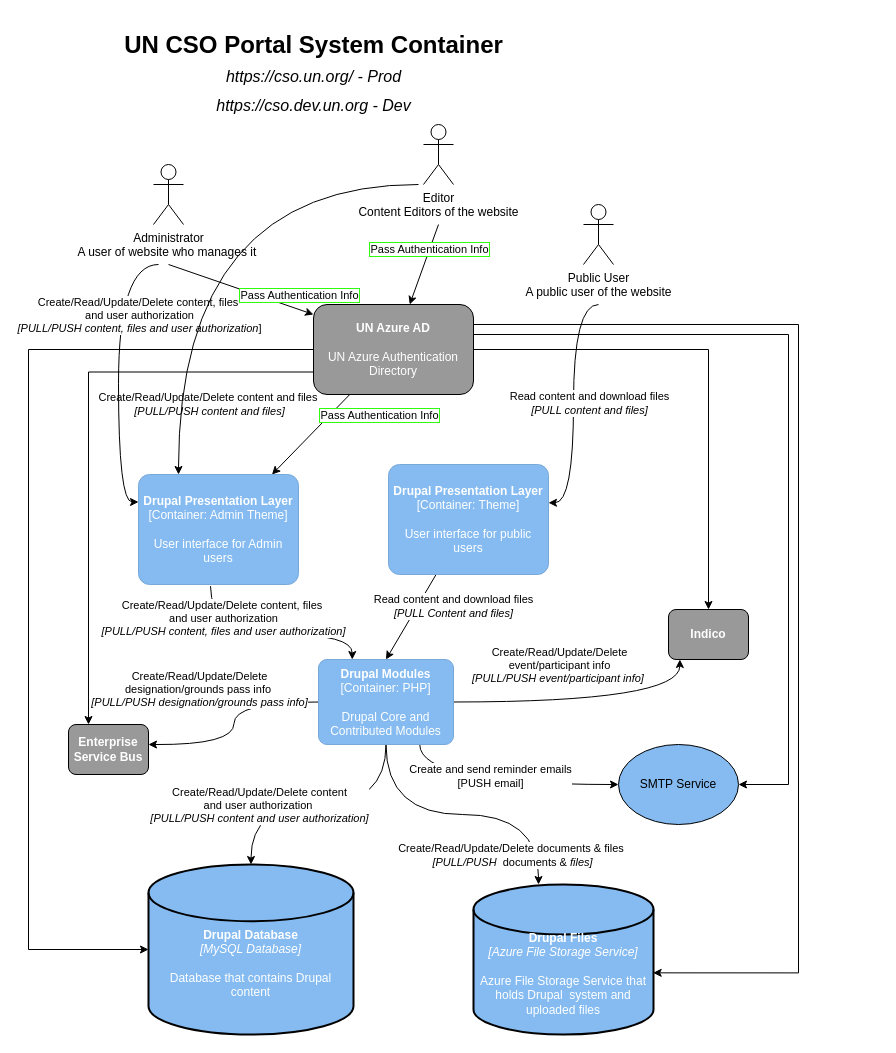
Earlier version of the draw.io diagram sdgs_container.drawio (elneto/diagramsnet). Source tidied: cells renumbered, new cells numbered last; positions are measured from the earlier drawing's top-left corner, leaving out a move shared by most shapes. Both pictures are drawn from the tidied source at 100%, with x=0, y=0 at pixel (28, 54).
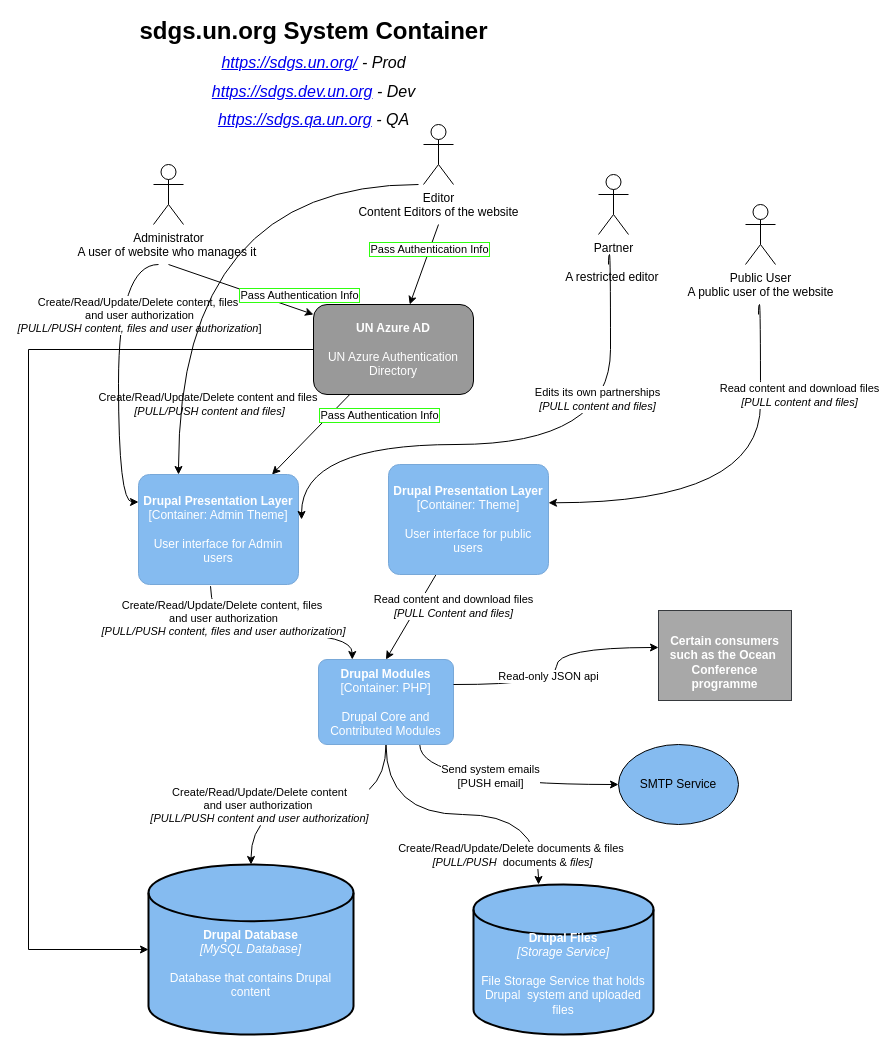
The same diagram, later.

Unchanged cells that the change refers to:
```xml
<mxCell id="10" style="edgeStyle=orthogonalEdgeStyle;curved=1;rounded=0;jettySize=auto;html=1;exitX=0.75;exitY=1;exitDx=0;exitDy=0;exitPerimeter=0;" parent="1" edge="1" source="12" target="41">
  <mxGeometry relative="1" as="geometry" />
</mxCell>
<object id="12" label="&lt;b&gt;%c4Name%&lt;/b&gt;&lt;div&gt;[%c4Type%: %c4Technology%]&lt;/div&gt;&lt;br&gt;&lt;div&gt;%c4Description%&lt;/div&gt;" c4Description="Drupal Core and Contributed Modules" c4Name="Drupal  Modules" c4Technology="PHP" c4Type="Container" placeholders="1">
  <mxCell style="rounded=1;whiteSpace=wrap;html=1;labelBackgroundColor=none;fillColor=#85BBF0;fontColor=#ffffff;align=center;arcSize=10;strokeColor=#78A8D8;metaData={&quot;c4Type&quot;:{&quot;editable&quot;:false}};points=[[0.25,0,0],[0.5,0,0],[0.75,0,0],[1,0.25,0],[1,0.5,0],[1,0.75,0],[0.75,1,0],[0.5,1,0],[0.25,1,0],[0,0.75,0],[0,0.5,0],[0,0.25,0]];" parent="1" vertex="1">
    <mxGeometry x="290" y="605" width="135" height="85" as="geometry" />
  </mxCell>
</object>
<object id="17" label="&lt;b&gt;%c4Name%&lt;/b&gt;&lt;div&gt;[%c4Type%: %c4Technology%]&lt;/div&gt;&lt;br&gt;&lt;div&gt;%c4Description%&lt;/div&gt;" c4Description="User interface for public users" c4Name="Drupal Presentation Layer" c4Technology="Theme" c4Type="Container" placeholders="1">
  <mxCell style="rounded=1;whiteSpace=wrap;html=1;labelBackgroundColor=none;fillColor=#85BBF0;fontColor=#ffffff;align=center;arcSize=10;strokeColor=#78A8D8;metaData={&quot;c4Type&quot;:{&quot;editable&quot;:false}};points=[[0.25,0,0],[0.5,0,0],[0.75,0,0],[1,0.25,0],[1,0.5,0],[1,0.75,0],[0.75,1,0],[0.5,1,0],[0.25,1,0],[0,0.75,0],[0,0.5,0],[0,0.25,0]];" parent="1" vertex="1">
    <mxGeometry x="360" y="410" width="160" height="110" as="geometry" />
  </mxCell>
</object>
<mxCell id="25" value="&lt;font color=&quot;#ffffff&quot;&gt;&lt;b&gt;UN Azure AD&lt;/b&gt;&lt;br&gt;&lt;br&gt;UN Azure Authentication Directory&lt;/font&gt;" style="rounded=1;whiteSpace=wrap;html=1;strokeColor=#000000;fillColor=#999999;" parent="1" vertex="1">
  <mxGeometry x="285" y="250" width="160" height="90" as="geometry" />
</mxCell>
<object id="40" label="&lt;b&gt;%c4Name%&lt;/b&gt;&lt;div&gt;[%c4Type%: %c4Technology%]&lt;/div&gt;&lt;br&gt;&lt;div&gt;%c4Description%&lt;/div&gt;" c4Description="User interface for Admin users" c4Name="Drupal Presentation Layer" c4Technology="Admin Theme" c4Type="Container" placeholders="1">
  <mxCell style="rounded=1;whiteSpace=wrap;html=1;labelBackgroundColor=none;fillColor=#85BBF0;fontColor=#ffffff;align=center;arcSize=10;strokeColor=#78A8D8;metaData={&quot;c4Type&quot;:{&quot;editable&quot;:false}};points=[[0.25,0,0],[0.5,0,0],[0.75,0,0],[1,0.25,0],[1,0.5,0],[1,0.75,0],[0.75,1,0],[0.5,1,0],[0.25,1,0],[0,0.75,0],[0,0.5,0],[0,0.25,0]];" parent="1" vertex="1">
    <mxGeometry x="110" y="420" width="160" height="110" as="geometry" />
  </mxCell>
</object>
<mxCell id="41" value="SMTP Service" style="ellipse;whiteSpace=wrap;html=1;fillColor=#85BBF0;" parent="1" vertex="1">
  <mxGeometry x="590" y="690" width="120" height="80" as="geometry" />
</mxCell>
```

What changed in the source:
```diff
@@
-    <mxCell id="6" style="edgeStyle=orthogonalEdgeStyle;rounded=0;jettySize=auto;html=1;curved=1;" parent="1" edge="1" source="12">
-      <mxGeometry relative="1" as="geometry">
-        <mxPoint x="120" y="690" as="targetPoint" />
-      </mxGeometry>
-    </mxCell>
-    <mxCell id="7" value="Create/Read/Update/Delete &lt;br&gt;designation/grounds pass info&amp;nbsp;&lt;br&gt;&lt;i&gt;[PULL/PUSH designation/grounds pass info]&lt;/i&gt;" style="edgeLabel;html=1;align=center;verticalAlign=middle;" parent="6" vertex="1">
-      <mxGeometry x="-0.12" y="5" relative="1" as="geometry">
-        <mxPoint x="-40" y="-22.5" as="offset" />
-      </mxGeometry>
-    </mxCell>
-    <mxCell id="8" style="edgeStyle=orthogonalEdgeStyle;rounded=0;jettySize=auto;html=1;entryX=0.142;entryY=1;entryDx=0;entryDy=0;entryPerimeter=0;curved=1;" parent="1" edge="1" source="12" target="44">
-      <mxGeometry relative="1" as="geometry" />
-    </mxCell>
-    <mxCell id="9" value="Create/Read/Update/Delete &lt;br&gt;event/participant info&lt;br&gt;&lt;i&gt;[PULL/PUSH event/participant info]&lt;/i&gt;&amp;nbsp;" style="edgeLabel;html=1;align=center;verticalAlign=middle;" parent="8" vertex="1">
-      <mxGeometry x="-0.36" y="1" relative="1" as="geometry">
-        <mxPoint x="19" y="-36.5" as="offset" />
-      </mxGeometry>
-    </mxCell>
@@
-    <mxCell id="11" value="Create and send reminder emails&lt;br&gt;[PUSH email]" style="edgeLabel;html=1;align=center;verticalAlign=middle;" parent="10" vertex="1">
+    <mxCell id="11" value="Send system emails&lt;br&gt;[PUSH email]" style="edgeLabel;html=1;align=center;verticalAlign=middle;" parent="10" vertex="1">
       <mxGeometry x="-0.08" y="9" relative="1" as="geometry" />
     </mxCell>
@@
-    <mxCell id="13" value="&lt;font color=&quot;#ffffff&quot;&gt;&lt;br&gt;&lt;b&gt;&lt;br&gt;Drupal Files&lt;/b&gt;&lt;br&gt;&lt;i&gt;[Azure File Storage Service]&lt;/i&gt;&lt;br&gt;&lt;br&gt;Azure File Storage Service that holds Drupal&amp;nbsp; system and uploaded files&lt;/font&gt;" style="strokeWidth=2;html=1;shape=mxgraph.flowchart.database;whiteSpace=wrap;fillColor=#85BBF0;" parent="1" vertex="1">
+    <mxCell id="13" value="&lt;font color=&quot;#ffffff&quot;&gt;&lt;br&gt;&lt;b&gt;&lt;br&gt;Drupal Files&lt;/b&gt;&lt;br&gt;&lt;i&gt;[Storage Service]&lt;/i&gt;&lt;br&gt;&lt;br&gt;File Storage Service that holds Drupal&amp;nbsp; system and uploaded files&lt;/font&gt;" style="strokeWidth=2;html=1;shape=mxgraph.flowchart.database;whiteSpace=wrap;fillColor=#85BBF0;" parent="1" vertex="1">
       <mxGeometry x="445" y="830" width="180" height="150" as="geometry" />
     </mxCell>
@@
-    <mxCell id="20" style="edgeStyle=orthogonalEdgeStyle;rounded=0;jettySize=auto;html=1;entryX=0.5;entryY=0;entryDx=0;entryDy=0;" parent="1" edge="1" source="25" target="44">
-      <mxGeometry relative="1" as="geometry" />
-    </mxCell>
-    <mxCell id="21" style="edgeStyle=orthogonalEdgeStyle;rounded=0;jettySize=auto;html=1;exitX=1;exitY=0.25;exitDx=0;exitDy=0;entryX=1;entryY=0.5;entryDx=0;entryDy=0;" parent="1" edge="1" source="25" target="41">
-      <mxGeometry relative="1" as="geometry">
-        <Array as="points">
-          <mxPoint x="445" y="280" />
-          <mxPoint x="760" y="280" />
-          <mxPoint x="760" y="730" />
-        </Array>
-      </mxGeometry>
-    </mxCell>
-    <mxCell id="22" style="edgeStyle=orthogonalEdgeStyle;rounded=0;jettySize=auto;html=1;exitX=0;exitY=0.75;exitDx=0;exitDy=0;entryX=0.25;entryY=0;entryDx=0;entryDy=0;" parent="1" edge="1" source="25" target="45">
-      <mxGeometry relative="1" as="geometry" />
-    </mxCell>
@@
-    <mxCell id="24" style="edgeStyle=orthogonalEdgeStyle;rounded=0;jettySize=auto;html=1;exitX=1;exitY=0.75;exitDx=0;exitDy=0;entryX=0.998;entryY=0.589;entryDx=0;entryDy=0;entryPerimeter=0;" parent="1" edge="1" source="25" target="13">
-      <mxGeometry relative="1" as="geometry">
-        <Array as="points">
-          <mxPoint x="445" y="270" />
-          <mxPoint x="770" y="270" />
-          <mxPoint x="770" y="918" />
-        </Array>
-      </mxGeometry>
-    </mxCell>
@@
     <mxCell id="34" style="rounded=0;jettySize=auto;html=1;entryX=1;entryY=0.348;entryDx=0;entryDy=0;entryPerimeter=0;edgeStyle=orthogonalEdgeStyle;curved=1;" parent="1" edge="1" target="17">
       <mxGeometry relative="1" as="geometry">
-        <mxPoint x="570" y="250" as="sourcePoint" />
+        <mxPoint x="730" y="260" as="sourcePoint" />
         <Array as="points">
-          <mxPoint x="545" y="250" />
-          <mxPoint x="545" y="448" />
+          <mxPoint x="730" y="250" />
+          <mxPoint x="732" y="250" />
+          <mxPoint x="732" y="448" />
         </Array>
       </mxGeometry>
     </mxCell>
     <mxCell id="35" value="Read content and download files&lt;br&gt;&lt;i&gt;[PULL content and files]&lt;/i&gt;" style="edgeLabel;html=1;align=center;verticalAlign=middle;" parent="34" vertex="1">
       <mxGeometry x="-0.01" relative="1" as="geometry">
-        <mxPoint x="15" as="offset" />
+        <mxPoint x="38" y="-107" as="offset" />
       </mxGeometry>
     </mxCell>
     <mxCell id="36" value="Public User&lt;br&gt;A public user of the website" style="shape=umlActor;verticalLabelPosition=bottom;verticalAlign=top;html=1;strokeColor=#000000;fillColor=#ffffff;" parent="1" vertex="1">
-      <mxGeometry x="555" y="150" width="30" height="60" as="geometry" />
+      <mxGeometry x="717" y="150" width="30" height="60" as="geometry" />
     </mxCell>
-    <mxCell id="37" value="UN CSO Portal System Container&lt;br&gt;&lt;i style=&quot;font-size: 16px ; line-height: 9.6px&quot;&gt;&lt;span style=&quot;font-weight: 400&quot;&gt;https://cso.un.org/&lt;/span&gt;&lt;span style=&quot;font-weight: normal ; line-height: 17.6px&quot;&gt;&amp;nbsp;- Prod&lt;br&gt;https://cso.dev.un.org - Dev&lt;/span&gt;&lt;/i&gt;" style="text;strokeColor=none;fillColor=none;html=1;fontSize=24;fontStyle=1;verticalAlign=middle;align=center;" parent="1" vertex="1">
+    <mxCell id="37" value="sdgs.un.org System Container&lt;br&gt;&lt;i style=&quot;font-size: 16px; line-height: 9.6px;&quot;&gt;&lt;span style=&quot;font-weight: 400;&quot;&gt;&lt;a href=&quot;https://sdgs.un.org/&quot;&gt;https://sdgs.un.org/&lt;/a&gt;&lt;/span&gt;&lt;span style=&quot;font-weight: normal; line-height: 17.6px;&quot;&gt;&amp;nbsp;- Prod&lt;br&gt;&lt;a href=&quot;https://sdgs.dev.un.org/&quot;&gt;https://sdgs.dev.un.org&lt;/a&gt;&amp;nbsp;- Dev&lt;br&gt;&lt;i style=&quot;font-weight: 700; line-height: 9.6px;&quot;&gt;&lt;span style=&quot;font-weight: normal; line-height: 17.6px;&quot;&gt;&lt;a href=&quot;https://sdgs.qa.un.org/&quot;&gt;https://sdgs.qa.un.org&lt;/a&gt;&amp;nbsp;- QA&lt;/span&gt;&lt;/i&gt;&lt;/span&gt;&lt;/i&gt;" style="text;strokeColor=none;fillColor=none;html=1;fontSize=24;fontStyle=1;verticalAlign=middle;align=center;" parent="1" vertex="1">
       <mxGeometry x="235" width="100" height="40" as="geometry" />
     </mxCell>
@@
-    <mxCell id="44" value="&lt;font color=&quot;#ffffff&quot;&gt;&lt;b&gt;Indico&lt;/b&gt;&lt;br&gt;&lt;/font&gt;" style="rounded=1;whiteSpace=wrap;html=1;strokeColor=#000000;fillColor=#999999;" parent="1" vertex="1">
-      <mxGeometry x="640" y="555" width="80" height="50" as="geometry" />
-    </mxCell>
-    <mxCell id="45" value="&lt;font color=&quot;#ffffff&quot;&gt;&lt;b&gt;Enterprise Service Bus&lt;/b&gt;&lt;br&gt;&lt;/font&gt;" style="rounded=1;whiteSpace=wrap;html=1;strokeColor=#000000;fillColor=#999999;" parent="1" vertex="1">
-      <mxGeometry x="40" y="670" width="80" height="50" as="geometry" />
-    </mxCell>
+    <mxCell id="46" style="rounded=0;jettySize=auto;html=1;entryX=1.019;entryY=0.409;entryDx=0;entryDy=0;entryPerimeter=0;edgeStyle=orthogonalEdgeStyle;curved=1;" parent="1" edge="1" target="40">
+      <mxGeometry relative="1" as="geometry">
+        <mxPoint x="580" y="210" as="sourcePoint" />
+        <Array as="points">
+          <mxPoint x="580" y="200" />
+          <mxPoint x="582" y="200" />
+          <mxPoint x="582" y="390" />
+          <mxPoint x="273" y="390" />
+        </Array>
+      </mxGeometry>
+    </mxCell>
+    <mxCell id="47" value="Edits its own partnerships&lt;br&gt;&lt;i&gt;[PULL content and files]&lt;/i&gt;" style="edgeLabel;html=1;align=center;verticalAlign=middle;" parent="1" vertex="1">
+      <mxGeometry x="568" y="344" as="geometry" />
+    </mxCell>
+    <mxCell id="48" value="Partner&lt;br&gt;&lt;br&gt;A restricted editor&amp;nbsp;" style="shape=umlActor;verticalLabelPosition=bottom;verticalAlign=top;html=1;strokeColor=#000000;fillColor=#ffffff;" parent="1" vertex="1">
+      <mxGeometry x="570" y="120" width="30" height="60" as="geometry" />
+    </mxCell>
+    <mxCell id="49" value="&lt;font color=&quot;#ffffff&quot;&gt;&lt;span style=&quot;background-color: rgb(168, 168, 168);&quot;&gt;&lt;br&gt;&lt;b style=&quot;font-family: Helvetica; font-size: 12px; font-style: normal; font-variant-ligatures: normal; font-variant-caps: normal; letter-spacing: normal; orphans: 2; text-align: center; text-indent: 0px; text-transform: none; widows: 2; word-spacing: 0px; -webkit-text-stroke-width: 0px; text-decoration-thickness: initial; text-decoration-style: initial; text-decoration-color: initial;&quot;&gt;Certain consumers&lt;br&gt;such as the Ocean&amp;nbsp;&lt;br&gt;Conference programme&lt;/b&gt;&lt;/span&gt;&lt;br&gt;&lt;/font&gt;" style="rounded=0;whiteSpace=wrap;html=1;fillColor=#A8A8A8;strokeColor=#36393d;" parent="1" vertex="1">
+      <mxGeometry x="630" y="556" width="133" height="90" as="geometry" />
+    </mxCell>
+    <mxCell id="50" style="edgeStyle=orthogonalEdgeStyle;curved=1;rounded=0;jettySize=auto;html=1;exitX=0.75;exitY=1;exitDx=0;exitDy=0;exitPerimeter=0;entryX=0;entryY=0.411;entryDx=0;entryDy=0;entryPerimeter=0;" parent="1" edge="1" target="49">
+      <mxGeometry relative="1" as="geometry">
+        <mxPoint x="425" y="630" as="sourcePoint" />
+      </mxGeometry>
+    </mxCell>
+    <mxCell id="51" value="Read-only JSON api" style="edgeLabel;html=1;align=center;verticalAlign=middle;" parent="50" vertex="1">
+      <mxGeometry x="-0.08" y="9" relative="1" as="geometry" />
+    </mxCell>
```
